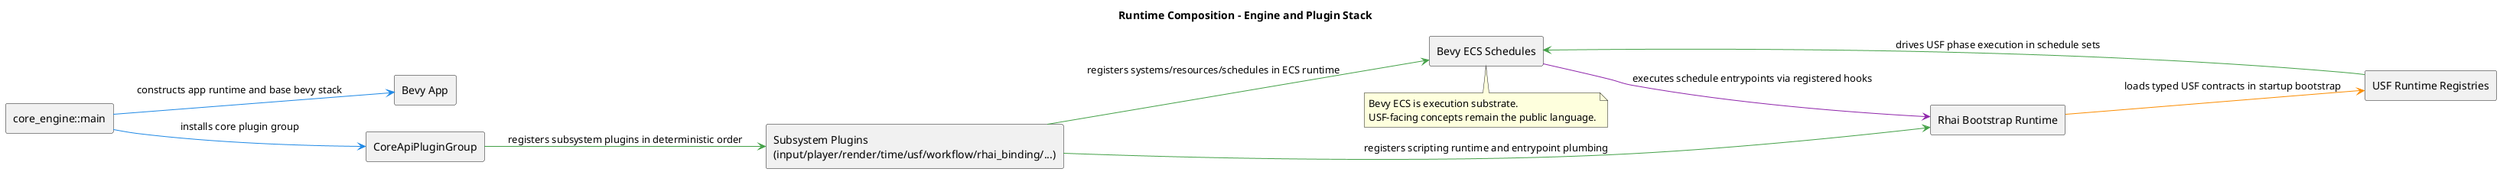
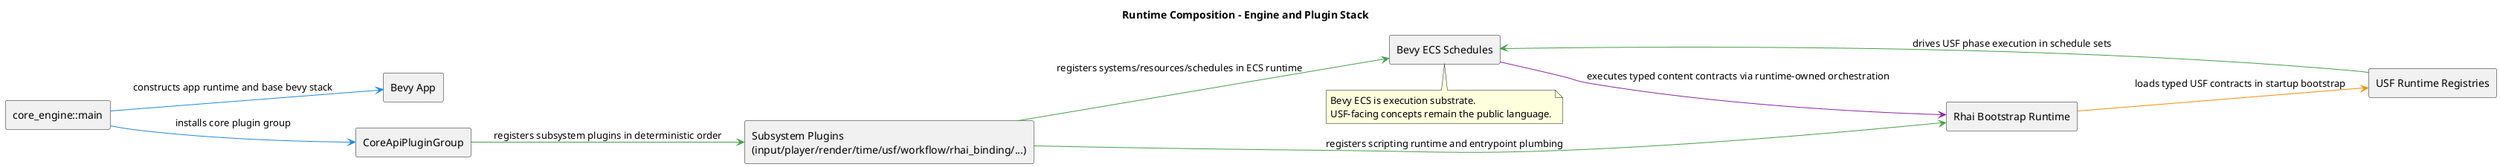
@startuml
title Runtime Composition - Engine and Plugin Stack
left to right direction

rectangle "core_engine::main" as Main
rectangle "Bevy App" as App
rectangle "CoreApiPluginGroup" as Group
rectangle "Subsystem Plugins\n(input/player/render/time/usf/workflow/rhai_binding/...)" as Subs
rectangle "Rhai Bootstrap Runtime" as Rhai
rectangle "USF Runtime Registries" as Usf
rectangle "Bevy ECS Schedules" as Ecs

Main -[#1E88E5]-> App : constructs app runtime and base bevy stack
Main -[#1E88E5]-> Group : installs core plugin group
Group -[#43A047]-> Subs : registers subsystem plugins in deterministic order
Subs -[#43A047]-> Ecs : registers systems/resources/schedules in ECS runtime
Subs -[#43A047]-> Rhai : registers scripting runtime and entrypoint plumbing
Rhai -[#FB8C00]-> Usf : loads typed USF contracts in startup bootstrap
Usf -[#43A047]-> Ecs : drives USF phase execution in schedule sets
- Ecs -[#8E24AA]-> Rhai : executes schedule entrypoints via registered hooks
+ Ecs -[#8E24AA]-> Rhai : executes typed content contracts via runtime-owned orchestration

note bottom
Bevy ECS is execution substrate.
USF-facing concepts remain the public language.
end note
@enduml
